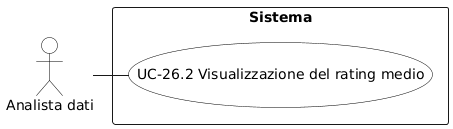
aLittleByte-19/Documentazione keeps this PlantUML diagram as RTB/Analisi dei Requisiti/diagrammi_use_case/UC-26.2.png. Above is the earlier version. Source of this version:
```plantuml
@startuml
skinparam backgroundColor white
skinparam actor {
  BackgroundColor white
  BorderColor black
  FontColor black
}
skinparam usecase {
  BackgroundColor white
  BorderColor black
  FontColor black
}
actor "Analista dati" as A

rectangle "Sistema" {
  (UC-26.2 Visualizzazione del rating medio)
}

A - (UC-26.2 Visualizzazione del rating medio)
@enduml
```
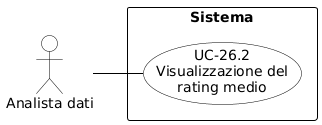
The same file after the commit.

Diff of the diagram source:
```diff
@@ -1,20 +1,29 @@
 @startuml
-skinparam backgroundColor white
+skinparam shadowing false
+skinparam defaultFontName Arial
+left to right direction
+skinparam nodesep 15
+skinparam ranksep 50
+
+skinparam usecase {
+    BackgroundColor white
+    BorderColor black
+    ArrowColor black
+}
 skinparam actor {
-  BackgroundColor white
-  BorderColor black
-  FontColor black
+    BackgroundColor white
+    BorderColor black
 }
-skinparam usecase {
-  BackgroundColor white
-  BorderColor black
-  FontColor black
+skinparam rectangle {
+    BorderColor black
+    FontStyle bold
 }
-actor "Analista dati" as A
+
+actor "Analista dati" as AD
 
 rectangle "Sistema" {
-  (UC-26.2 Visualizzazione del rating medio)
+    usecase "UC-26.2\nVisualizzazione del\nrating medio" as UC26_2
 }
 
-A - (UC-26.2 Visualizzazione del rating medio)
+AD -- UC26_2
 @enduml
```
